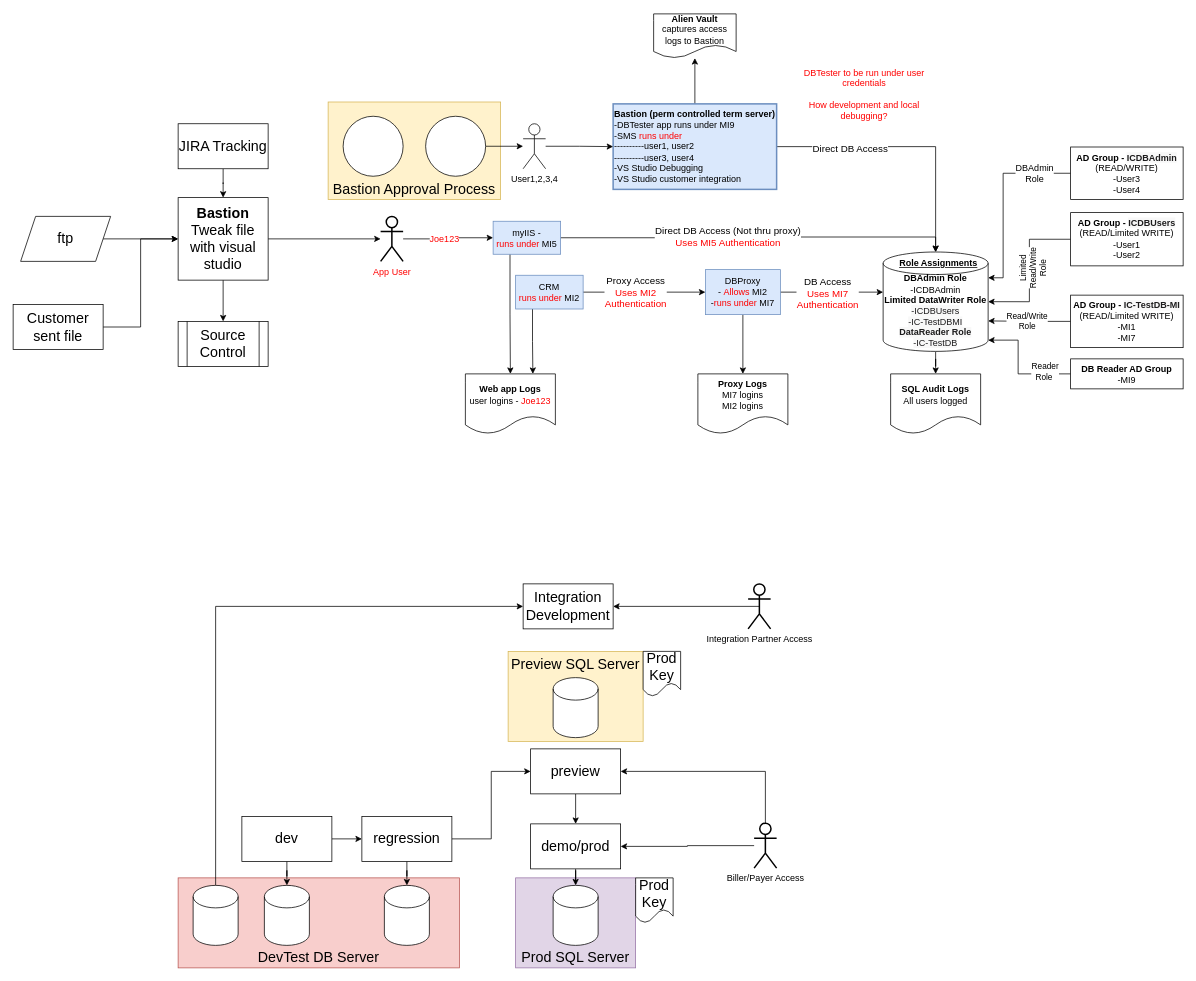
Before: Untitled Diagram.drawio in vjavle/invoicecloud, a draw.io diagram. Source tidied: cells renumbered, new cells numbered last; positions are measured from the earlier drawing's top-left corner, leaving out a move shared by most shapes. Both pictures are drawn from the tidied source at 75%, with x=0, y=0 at pixel (13, 14).
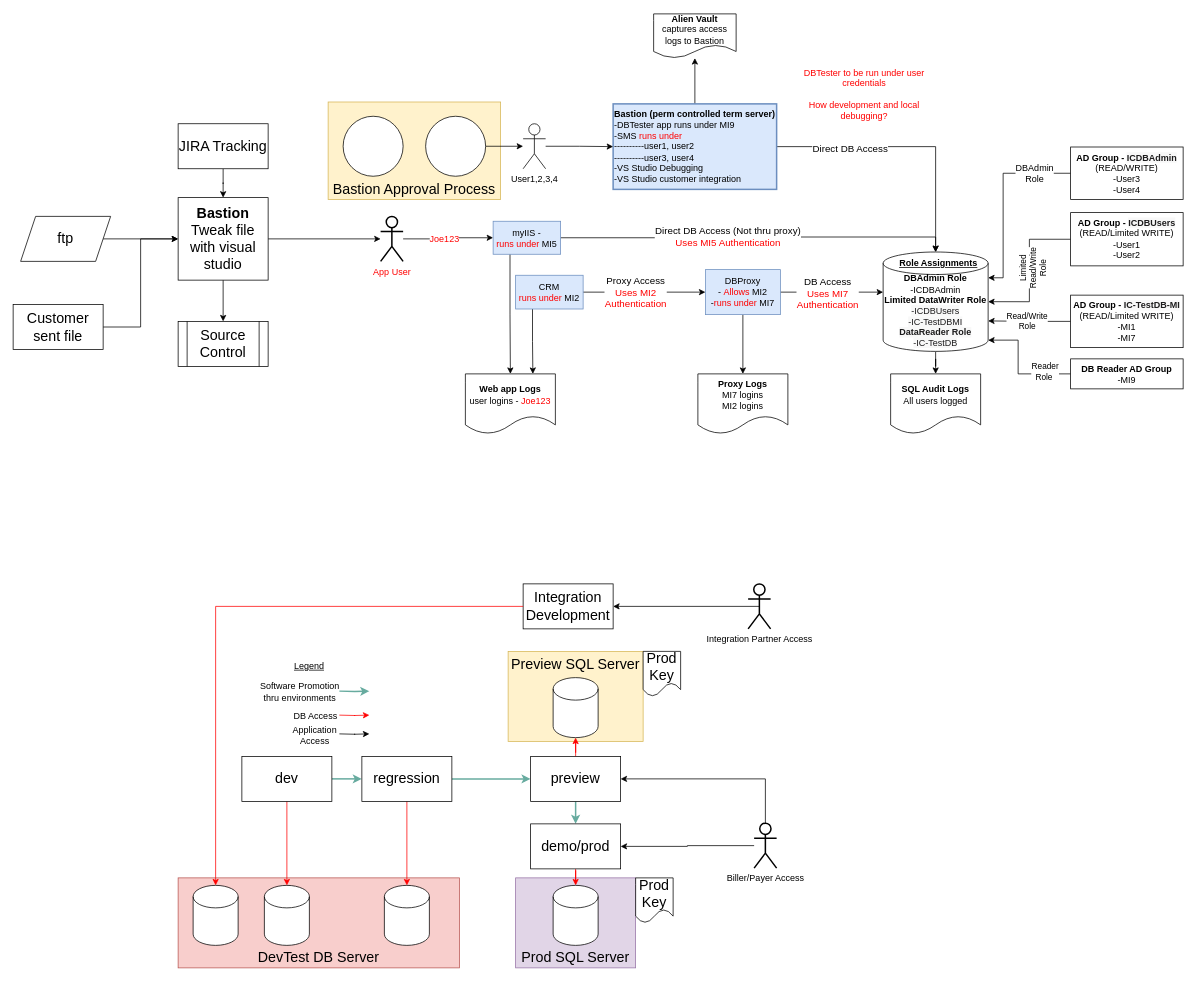
The same page after the edit.

Unchanged cells that the change refers to:
```xml
<mxCell id="65" value="demo/prod" style="rounded=0;whiteSpace=wrap;html=1;fontSize=19;fontColor=#000000;" parent="1" vertex="1">
  <mxGeometry x="690" y="1080" width="120" height="60" as="geometry" />
</mxCell>
<mxCell id="66" style="shape=cylinder3;whiteSpace=wrap;html=1;boundedLbl=1;backgroundOutline=1;size=15;fontSize=19;fontColor=#000000;" parent="1" vertex="1">
  <mxGeometry x="720" y="885" width="60" height="80" as="geometry" />
</mxCell>
<mxCell id="67" style="shape=cylinder3;whiteSpace=wrap;html=1;boundedLbl=1;backgroundOutline=1;size=15;fontSize=19;fontColor=#000000;" parent="1" vertex="1">
  <mxGeometry x="720" y="1162" width="60" height="80" as="geometry" />
</mxCell>
<mxCell id="68" style="shape=cylinder3;whiteSpace=wrap;html=1;boundedLbl=1;backgroundOutline=1;size=15;fontSize=19;fontColor=#000000;" parent="1" vertex="1">
  <mxGeometry x="495" y="1162" width="60" height="80" as="geometry" />
</mxCell>
<mxCell id="69" style="shape=cylinder3;whiteSpace=wrap;html=1;boundedLbl=1;backgroundOutline=1;size=15;fontSize=19;fontColor=#000000;" parent="1" vertex="1">
  <mxGeometry x="335" y="1162" width="60" height="80" as="geometry" />
</mxCell>
<mxCell id="72" value="Integration Development" style="rounded=0;whiteSpace=wrap;html=1;fontSize=19;fontColor=#000000;" parent="1" vertex="1">
  <mxGeometry x="680" y="760" width="120" height="60" as="geometry" />
</mxCell>
<mxCell id="74" style="shape=cylinder3;whiteSpace=wrap;html=1;boundedLbl=1;backgroundOutline=1;size=15;fontSize=19;fontColor=#000000;" parent="1" vertex="1">
  <mxGeometry x="240" y="1162" width="60" height="80" as="geometry" />
</mxCell>
```

Diff of the diagram source:
```diff
@@
-    <mxCell id="54" style="edgeStyle=orthogonalEdgeStyle;rounded=0;jettySize=auto;html=1;fontSize=19;fontColor=#000000;startArrow=none;startFill=0;endArrow=classic;endFill=1;" parent="1" edge="1" source="56" target="59">
+    <mxCell id="54" style="edgeStyle=orthogonalEdgeStyle;rounded=0;jettySize=auto;html=1;fontSize=19;fontColor=#000000;startArrow=none;startFill=0;endArrow=classic;endFill=1;strokeColor=#67AB9F;strokeWidth=2;" parent="1" edge="1" source="56" target="59">
       <mxGeometry relative="1" as="geometry" />
     </mxCell>
-    <mxCell id="55" style="edgeStyle=orthogonalEdgeStyle;rounded=0;jettySize=auto;html=1;fontFamily=Helvetica;fontSize=12;fontColor=#000000;startArrow=none;startFill=0;endArrow=classic;endFill=1;" parent="1" edge="1" source="56" target="69">
+    <mxCell id="55" style="edgeStyle=orthogonalEdgeStyle;rounded=0;jettySize=auto;html=1;fontFamily=Helvetica;fontSize=12;fontColor=#000000;startArrow=none;startFill=0;endArrow=classic;endFill=1;strokeColor=#FF0000;" parent="1" edge="1" source="56" target="69">
       <mxGeometry relative="1" as="geometry" />
     </mxCell>
     <mxCell id="56" value="dev" style="rounded=0;whiteSpace=wrap;html=1;fontSize=19;fontColor=#000000;" parent="1" vertex="1">
-      <mxGeometry x="305" y="1070" width="120" height="60" as="geometry" />
+      <mxGeometry x="305" y="990" width="120" height="60" as="geometry" />
     </mxCell>
-    <mxCell id="57" style="edgeStyle=orthogonalEdgeStyle;rounded=0;jettySize=auto;html=1;entryX=0;entryY=0.5;entryDx=0;entryDy=0;fontSize=19;fontColor=#000000;startArrow=none;startFill=0;endArrow=classic;endFill=1;" parent="1" edge="1" source="59" target="62">
+    <mxCell id="57" style="edgeStyle=orthogonalEdgeStyle;rounded=0;jettySize=auto;html=1;entryX=0;entryY=0.5;entryDx=0;entryDy=0;fontSize=19;fontColor=#000000;startArrow=none;startFill=0;endArrow=classic;endFill=1;strokeColor=#67AB9F;strokeWidth=2;" parent="1" edge="1" source="59" target="62">
       <mxGeometry relative="1" as="geometry" />
     </mxCell>
-    <mxCell id="58" style="edgeStyle=orthogonalEdgeStyle;rounded=0;jettySize=auto;html=1;fontFamily=Helvetica;fontSize=12;fontColor=#000000;startArrow=none;startFill=0;endArrow=classic;endFill=1;" parent="1" edge="1" source="59" target="68">
+    <mxCell id="58" style="edgeStyle=orthogonalEdgeStyle;rounded=0;jettySize=auto;html=1;fontFamily=Helvetica;fontSize=12;fontColor=#000000;startArrow=none;startFill=0;endArrow=classic;endFill=1;strokeColor=#FF0000;" parent="1" edge="1" source="59" target="68">
       <mxGeometry relative="1" as="geometry" />
     </mxCell>
     <mxCell id="59" value="regression" style="rounded=0;whiteSpace=wrap;html=1;fontSize=19;fontColor=#000000;" parent="1" vertex="1">
-      <mxGeometry x="465" y="1070" width="120" height="60" as="geometry" />
+      <mxGeometry x="465" y="990" width="120" height="60" as="geometry" />
     </mxCell>
-    <mxCell id="60" style="edgeStyle=orthogonalEdgeStyle;rounded=0;jettySize=auto;html=1;fontSize=19;fontColor=#000000;startArrow=none;startFill=0;endArrow=classic;endFill=1;" parent="1" edge="1" source="62" target="65">
+    <mxCell id="60" style="edgeStyle=orthogonalEdgeStyle;rounded=0;jettySize=auto;html=1;fontSize=19;fontColor=#000000;startArrow=none;startFill=0;endArrow=classic;endFill=1;strokeColor=#67AB9F;strokeWidth=2;" parent="1" edge="1" source="62" target="65">
       <mxGeometry relative="1" as="geometry" />
     </mxCell>
@@
+    <mxCell id="84" style="edgeStyle=orthogonalEdgeStyle;rounded=0;jettySize=auto;html=1;fontFamily=Helvetica;fontSize=12;fontColor=#000000;startArrow=none;startFill=0;endArrow=classic;endFill=1;strokeColor=#FF0000;" parent="1" edge="1" source="62" target="66">
+      <mxGeometry relative="1" as="geometry" />
+    </mxCell>
     <mxCell id="62" value="preview" style="rounded=0;whiteSpace=wrap;html=1;fontSize=19;fontColor=#000000;" parent="1" vertex="1">
-      <mxGeometry x="690" y="980" width="120" height="60" as="geometry" />
+      <mxGeometry x="690" y="990" width="120" height="60" as="geometry" />
     </mxCell>
@@
-    <mxCell id="64" style="edgeStyle=orthogonalEdgeStyle;rounded=0;jettySize=auto;html=1;fontFamily=Helvetica;fontSize=12;fontColor=#000000;startArrow=none;startFill=0;endArrow=classic;endFill=1;" parent="1" edge="1" source="65" target="67">
+    <mxCell id="64" style="edgeStyle=orthogonalEdgeStyle;rounded=0;jettySize=auto;html=1;fontFamily=Helvetica;fontSize=12;fontColor=#000000;startArrow=none;startFill=0;endArrow=classic;endFill=1;strokeWidth=1;strokeColor=#FF0000;" parent="1" edge="1" source="65" target="67">
       <mxGeometry relative="1" as="geometry" />
     </mxCell>
@@
-    <mxCell id="73" style="edgeStyle=orthogonalEdgeStyle;rounded=0;jettySize=auto;html=1;entryX=0;entryY=0.5;entryDx=0;entryDy=0;fontSize=19;fontColor=#000000;startArrow=none;startFill=0;endArrow=classic;endFill=1;" parent="1" edge="1" source="74" target="72">
+    <mxCell id="73" style="edgeStyle=orthogonalEdgeStyle;rounded=0;jettySize=auto;html=1;entryX=0;entryY=0.5;entryDx=0;entryDy=0;fontSize=19;fontColor=#000000;startArrow=classic;startFill=1;endArrow=none;endFill=0;strokeColor=#FF0000;" parent="1" edge="1" source="74" target="72">
       <mxGeometry relative="1" as="geometry">
         <Array as="points">
           <mxPoint x="270" y="790" />
         </Array>
       </mxGeometry>
     </mxCell>
@@
+    <mxCell id="85" style="edgeStyle=orthogonalEdgeStyle;rounded=0;orthogonalLoop=1;jettySize=auto;html=1;fontSize=19;fontColor=#000000;startArrow=none;startFill=0;endArrow=classic;endFill=1;strokeColor=#67AB9F;strokeWidth=2;" parent="1" edge="1">
+      <mxGeometry relative="1" as="geometry">
+        <mxPoint x="435" y="903" as="sourcePoint" />
+        <mxPoint x="475" y="903" as="targetPoint" />
+      </mxGeometry>
+    </mxCell>
+    <mxCell id="86" value="Software Promotion&lt;br&gt;thru environments" style="edgeLabel;html=1;align=center;verticalAlign=middle;fontSize=12;fontFamily=Helvetica;fontColor=#000000;" parent="85" vertex="1">
+      <mxGeometry x="-0.65" relative="1" as="geometry">
+        <mxPoint x="-60" as="offset" />
+      </mxGeometry>
+    </mxCell>
+    <mxCell id="87" style="edgeStyle=orthogonalEdgeStyle;rounded=0;orthogonalLoop=1;jettySize=auto;html=1;fontSize=19;fontColor=#000000;startArrow=none;startFill=0;endArrow=classic;endFill=1;strokeColor=#FF0000;strokeWidth=1;" parent="1" edge="1">
+      <mxGeometry relative="1" as="geometry">
+        <mxPoint x="435" y="935" as="sourcePoint" />
+        <mxPoint x="475" y="935" as="targetPoint" />
+      </mxGeometry>
+    </mxCell>
+    <mxCell id="88" value="DB Access" style="edgeLabel;html=1;align=center;verticalAlign=middle;fontSize=12;fontFamily=Helvetica;fontColor=#000000;" parent="87" vertex="1">
+      <mxGeometry x="-0.65" relative="1" as="geometry">
+        <mxPoint x="-39" as="offset" />
+      </mxGeometry>
+    </mxCell>
+    <mxCell id="89" style="edgeStyle=orthogonalEdgeStyle;rounded=0;orthogonalLoop=1;jettySize=auto;html=1;fontSize=19;fontColor=#000000;startArrow=none;startFill=0;endArrow=classic;endFill=1;strokeColor=#000000;strokeWidth=1;" parent="1" edge="1">
+      <mxGeometry relative="1" as="geometry">
+        <mxPoint x="435" y="960" as="sourcePoint" />
+        <mxPoint x="475" y="960" as="targetPoint" />
+      </mxGeometry>
+    </mxCell>
+    <mxCell id="90" value="Application&lt;br&gt;Access" style="edgeLabel;html=1;align=center;verticalAlign=middle;fontSize=12;fontFamily=Helvetica;fontColor=#000000;" parent="89" vertex="1">
+      <mxGeometry x="-0.82" y="-1" relative="1" as="geometry">
+        <mxPoint x="-37" as="offset" />
+      </mxGeometry>
+    </mxCell>
+    <mxCell id="91" value="&lt;u&gt;Legend&lt;/u&gt;" style="text;html=1;strokeColor=none;fillColor=none;align=center;verticalAlign=middle;whiteSpace=wrap;rounded=0;fontFamily=Helvetica;fontSize=12;fontColor=#000000;" parent="1" vertex="1">
+      <mxGeometry x="365" y="855" width="60" height="30" as="geometry" />
+    </mxCell>
```
